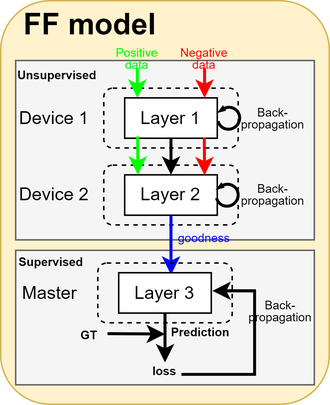
The draw.io diagram assest/10.Unsupervised.drawio.png in dengbuqi/dffw, before a commit. Source tidied: cells renumbered, new cells last; positions are measured from the earlier drawing's top-left corner, leaving out a move shared by most shapes.
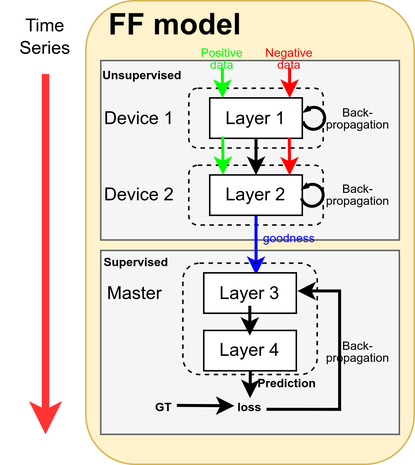
Above is the later version.

The edit, as a diff of the source:
```diff
@@ -3,7 +3,7 @@
     <mxCell id="0" />
     <mxCell id="1" parent="0" />
     <mxCell id="2" style="rounded=1;whiteSpace=wrap;html=1;fillColor=#fff2cc;strokeColor=#d6b656;" parent="1" vertex="1">
-      <mxGeometry width="220" height="270" as="geometry" />
+      <mxGeometry width="220" height="310" as="geometry" />
     </mxCell>
     <mxCell id="3" value="&lt;font style=&quot;font-size: 20px;&quot;&gt;&lt;b&gt;FF model&lt;/b&gt;&lt;/font&gt;" style="text;html=1;strokeColor=none;fillColor=none;align=center;verticalAlign=middle;whiteSpace=wrap;rounded=0;" parent="1" vertex="1">
       <mxGeometry width="120" height="30" as="geometry" />
@@ -12,7 +12,7 @@
       <mxGeometry x="10" y="40" width="200" height="120" as="geometry" />
     </mxCell>
     <mxCell id="5" style="rounded=0;whiteSpace=wrap;html=1;fillColor=#f5f5f5;fontColor=#333333;strokeColor=#666666;" parent="1" vertex="1">
-      <mxGeometry x="10" y="167" width="200" height="90" as="geometry" />
+      <mxGeometry x="10" y="167" width="200" height="123" as="geometry" />
     </mxCell>
     <mxCell id="6" value="&lt;font style=&quot;font-size: 8px;&quot;&gt;&lt;b&gt;Unsupervised&lt;/b&gt;&lt;/font&gt;" style="text;html=1;strokeColor=none;fillColor=none;align=center;verticalAlign=middle;whiteSpace=wrap;rounded=0;" parent="1" vertex="1">
       <mxGeometry x="7" y="40" width="62" height="17" as="geometry" />
@@ -45,9 +45,9 @@
       <mxGeometry x="83" y="116.5" width="62" height="27" as="geometry" />
     </mxCell>
     <mxCell id="16" style="rounded=1;whiteSpace=wrap;html=1;fillColor=none;dashed=1;" parent="1" vertex="1">
-      <mxGeometry x="65" y="175.5" width="90" height="40" as="geometry" />
+      <mxGeometry x="65" y="175.5" width="90" height="74.5" as="geometry" />
     </mxCell>
-    <mxCell id="17" style="edgeStyle=orthogonalEdgeStyle;rounded=0;jettySize=auto;html=1;entryX=0.5;entryY=0;entryDx=0;entryDy=0;strokeWidth=2;" parent="1" edge="1" source="18" target="33">
+    <mxCell id="17" style="edgeStyle=orthogonalEdgeStyle;rounded=0;jettySize=auto;html=1;entryX=0.5;entryY=0;entryDx=0;entryDy=0;strokeWidth=2;exitX=0.504;exitY=0.953;exitDx=0;exitDy=0;exitPerimeter=0;" parent="1" edge="1" source="39" target="33">
       <mxGeometry relative="1" as="geometry" />
     </mxCell>
     <mxCell id="18" value="Layer 3" style="rounded=0;whiteSpace=wrap;html=1;" parent="1" vertex="1">
@@ -90,29 +90,48 @@
       <mxGeometry relative="1" as="geometry" />
     </mxCell>
     <mxCell id="31" value="&lt;p style=&quot;line-height: 50%;&quot;&gt;&lt;font style=&quot;font-size: 8px;&quot;&gt;Back-propagation&lt;/font&gt;&lt;/p&gt;" style="text;html=1;strokeColor=none;fillColor=none;align=center;verticalAlign=middle;whiteSpace=wrap;rounded=0;" parent="1" vertex="1">
-      <mxGeometry x="160" y="198.5" width="55" height="17" as="geometry" />
+      <mxGeometry x="155" y="225.5" width="55" height="17" as="geometry" />
     </mxCell>
-    <mxCell id="32" style="edgeStyle=orthogonalEdgeStyle;rounded=0;jettySize=auto;html=1;entryX=1.012;entryY=0.449;entryDx=0;entryDy=0;entryPerimeter=0;strokeWidth=2;" parent="1" edge="1" source="33" target="18">
+    <mxCell id="32" style="edgeStyle=orthogonalEdgeStyle;rounded=0;jettySize=auto;html=1;entryX=1.012;entryY=0.449;entryDx=0;entryDy=0;entryPerimeter=0;strokeWidth=2;exitX=1;exitY=0.75;exitDx=0;exitDy=0;" parent="1" edge="1" source="33" target="18">
       <mxGeometry relative="1" as="geometry">
         <Array as="points">
-          <mxPoint x="170" y="250" />
+          <mxPoint x="170" y="273" />
           <mxPoint x="170" y="194" />
         </Array>
       </mxGeometry>
     </mxCell>
     <mxCell id="33" value="&lt;p style=&quot;line-height: 50%;&quot;&gt;&lt;font style=&quot;font-size: 8px;&quot;&gt;&lt;b&gt;loss&lt;/b&gt;&lt;/font&gt;&lt;/p&gt;" style="text;html=1;strokeColor=none;fillColor=none;align=center;verticalAlign=middle;whiteSpace=wrap;rounded=0;" parent="1" vertex="1">
-      <mxGeometry x="99" y="242" width="22" height="10" as="geometry" />
+      <mxGeometry x="99" y="265.8" width="22" height="10" as="geometry" />
     </mxCell>
     <mxCell id="34" value="&lt;p style=&quot;line-height: 50%;&quot;&gt;&lt;span style=&quot;font-size: 8px;&quot;&gt;&lt;b&gt;Prediction&lt;/b&gt;&lt;/span&gt;&lt;/p&gt;" style="text;html=1;strokeColor=none;fillColor=none;align=center;verticalAlign=middle;whiteSpace=wrap;rounded=0;" parent="1" vertex="1">
-      <mxGeometry x="113" y="215.5" width="42" height="10" as="geometry" />
+      <mxGeometry x="114" y="250" width="42" height="10" as="geometry" />
     </mxCell>
     <mxCell id="35" value="&lt;p style=&quot;line-height: 50%;&quot;&gt;&lt;span style=&quot;font-size: 8px;&quot;&gt;&lt;b&gt;GT&amp;nbsp;&lt;/b&gt;&lt;/span&gt;&lt;/p&gt;" style="text;html=1;strokeColor=none;fillColor=none;align=center;verticalAlign=middle;whiteSpace=wrap;rounded=0;" parent="1" vertex="1">
-      <mxGeometry x="48.5" y="215.5" width="23" height="14.5" as="geometry" />
+      <mxGeometry x="42" y="264" width="23" height="14.5" as="geometry" />
     </mxCell>
-    <mxCell id="36" style="endArrow=classic;html=1;rounded=0;exitX=1;exitY=0.5;exitDx=0;exitDy=0;strokeWidth=2;" parent="1" edge="1" source="35">
+    <mxCell id="36" style="endArrow=classic;html=1;rounded=0;exitX=1;exitY=0.5;exitDx=0;exitDy=0;strokeWidth=2;" parent="1" edge="1">
       <mxGeometry relative="1" as="geometry">
-        <mxPoint x="110" y="223" as="targetPoint" />
+        <mxPoint x="61" y="270.6" as="sourcePoint" />
+        <mxPoint x="99.5" y="270.9" as="targetPoint" />
       </mxGeometry>
     </mxCell>
+    <mxCell id="37" style="endArrow=classic;html=1;rounded=0;strokeWidth=5;fillColor=#f8cecc;strokeColor=#FF3333;" parent="1" edge="1">
+      <mxGeometry relative="1" as="geometry">
+        <mxPoint x="-27" y="49" as="sourcePoint" />
+        <mxPoint x="-27" y="290" as="targetPoint" />
+      </mxGeometry>
+    </mxCell>
+    <mxCell id="38" value="Time Series" style="text;html=1;strokeColor=none;fillColor=none;align=center;verticalAlign=middle;whiteSpace=wrap;rounded=0;" parent="1" vertex="1">
+      <mxGeometry x="-57" y="9" width="60" height="30" as="geometry" />
+    </mxCell>
+    <mxCell id="39" value="Layer 4" style="rounded=0;whiteSpace=wrap;html=1;" parent="1" vertex="1">
+      <mxGeometry x="79" y="220.5" width="62" height="27" as="geometry" />
+    </mxCell>
+    <mxCell id="40" style="edgeStyle=orthogonalEdgeStyle;rounded=0;orthogonalLoop=1;jettySize=auto;html=1;strokeWidth=2;" parent="1" edge="1">
+      <mxGeometry relative="1" as="geometry">
+        <mxPoint x="109.8" y="204" as="sourcePoint" />
+        <mxPoint x="109.8" y="224" as="targetPoint" />
+      </mxGeometry>
+    </mxCell>
   </root>
 </mxGraphModel>
```
